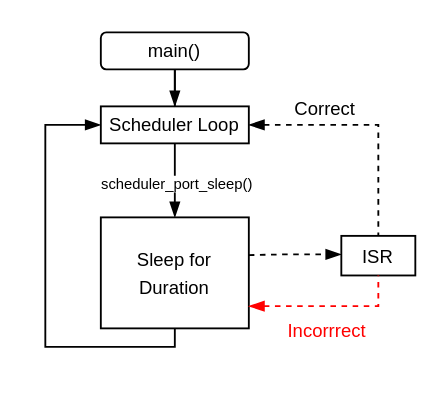
Earlier version of the draw.io diagram docs/img/port_sleep_int.drawio (elemprod/lptask). Source tidied: cells renumbered, new cells numbered last; positions are measured from the earlier drawing's top-left corner, leaving out a move shared by most shapes. Both pictures are drawn from the tidied source at 185%, with x=0, y=0 at pixel (44, 31).
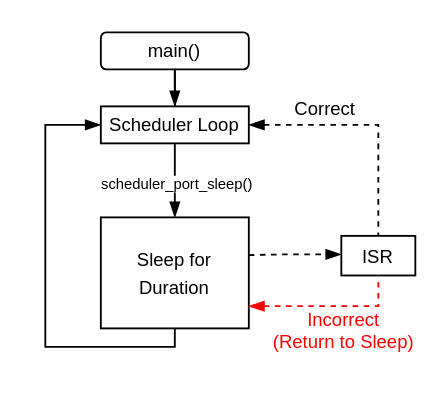
The same page after the edit.

Unchanged cells that the change refers to:
```xml
<mxCell id="14" style="endArrow=none;dashed=1;html=1;rounded=0;fontSize=8;targetPerimeterSpacing=0;jumpSize=6;startArrow=blockThin;startFill=1;strokeColor=#FF0000;" parent="1" edge="1">
  <mxGeometry relative="1" as="geometry">
    <mxPoint x="110" y="148" as="sourcePoint" />
    <mxPoint x="180" y="131.4" as="targetPoint" />
    <Array as="points">
      <mxPoint x="150" y="148" />
      <mxPoint x="180" y="148" />
    </Array>
  </mxGeometry>
</mxCell>
```

Diff of the diagram source:
```diff
@@
-    <mxCell id="15" value="&lt;font color=&quot;#ff0000&quot;&gt;Incorrrect&lt;/font&gt;" style="edgeLabel;html=1;align=center;verticalAlign=middle;fontSize=10;" parent="14" vertex="1">
+    <mxCell id="15" value="&lt;font color=&quot;#ff0000&quot;&gt;Incorrect&lt;br&gt;(Return to Sleep)&lt;br&gt;&lt;/font&gt;" style="edgeLabel;html=1;align=center;verticalAlign=middle;fontSize=10;" parent="14" vertex="1">
       <mxGeometry x="0.01" y="-1" relative="1" as="geometry">
-        <mxPoint x="-3" y="11" as="offset" />
+        <mxPoint x="6" y="11" as="offset" />
       </mxGeometry>
     </mxCell>
```
